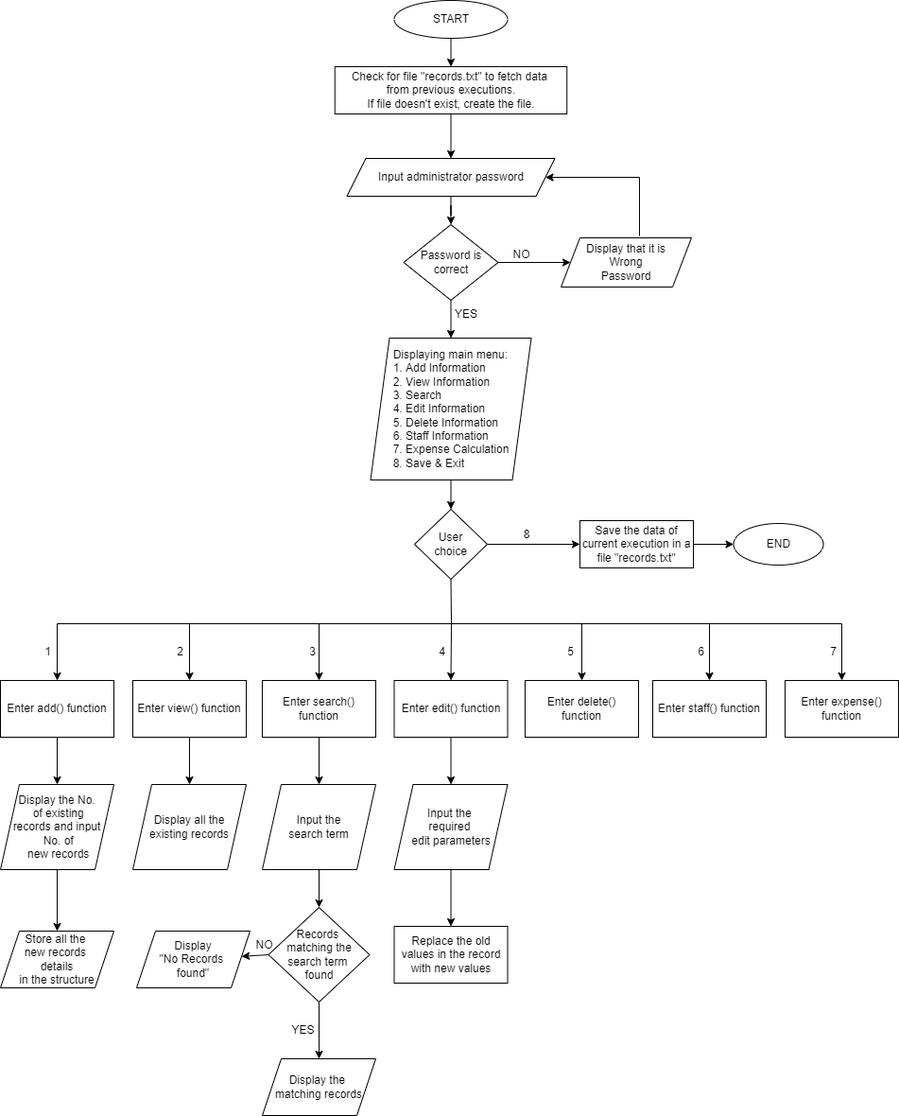
adivishnu-a/Hospital-Management-System keeps this draw.io diagram as Flowchart.png. Above is the earlier version. Source tidied: cells renumbered, new cells last; positions are measured from the earlier drawing's top-left corner, leaving out a move shared by most shapes.
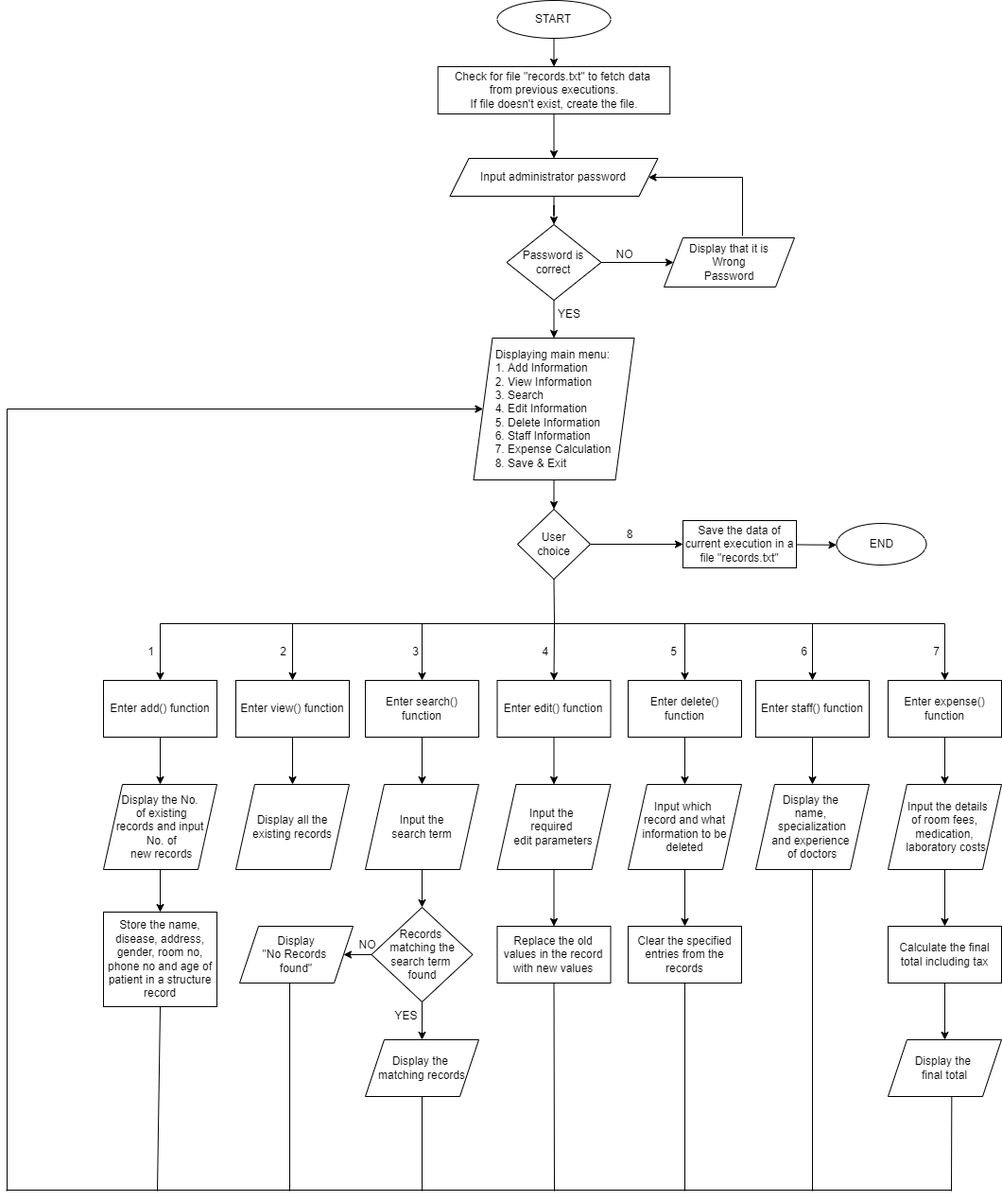
The same file after the commit.

Change to the diagram source:
```diff
@@ -130,9 +130,15 @@
         <mxPoint x="615" y="659" as="sourcePoint" />
       </mxGeometry>
     </mxCell>
+    <mxCell id="66" style="edgeStyle=none;rounded=0;jettySize=auto;html=1;fontColor=#000000;" parent="1" edge="1" source="38" target="71">
+      <mxGeometry relative="1" as="geometry" />
+    </mxCell>
     <mxCell id="38" value="Enter delete() function" style="rounded=0;whiteSpace=wrap;html=1;" parent="1" vertex="1">
       <mxGeometry x="555" y="719" width="120" height="60" as="geometry" />
     </mxCell>
+    <mxCell id="67" style="edgeStyle=none;rounded=0;jettySize=auto;html=1;fontColor=#000000;" parent="1" edge="1" source="39" target="73">
+      <mxGeometry relative="1" as="geometry" />
+    </mxCell>
     <mxCell id="39" value="Enter staff() function" style="rounded=0;whiteSpace=wrap;html=1;" parent="1" vertex="1">
       <mxGeometry x="690" y="719" width="120" height="60" as="geometry" />
     </mxCell>
@@ -141,6 +147,9 @@
         <mxPoint x="750" y="659" as="sourcePoint" />
       </mxGeometry>
     </mxCell>
+    <mxCell id="68" style="edgeStyle=none;rounded=0;jettySize=auto;html=1;fontColor=#000000;" parent="1" edge="1" source="41" target="76">
+      <mxGeometry relative="1" as="geometry" />
+    </mxCell>
     <mxCell id="41" value="Enter expense()&lt;br&gt;function" style="rounded=0;whiteSpace=wrap;html=1;" parent="1" vertex="1">
       <mxGeometry x="830" y="719" width="120" height="60" as="geometry" />
     </mxCell>
@@ -170,9 +179,9 @@
     <mxCell id="49" value="7" style="text;html=1;align=center;verticalAlign=middle;strokeColor=none;fillColor=none;" parent="1" vertex="1">
       <mxGeometry x="870.5" y="679" width="20" height="20" as="geometry" />
     </mxCell>
-    <mxCell id="50" style="edgeStyle=none;rounded=0;jettySize=auto;html=1;fontColor=#3399FF;entryX=0.5;entryY=0;entryDx=0;entryDy=0;" parent="1" edge="1" source="51" target="60">
-      <mxGeometry relative="1" as="geometry" />
-    </mxCell>
+    <mxCell id="69" style="edgeStyle=none;rounded=0;jettySize=auto;html=1;fontColor=#000000;" parent="1" edge="1" source="51" target="74">
+      <mxGeometry relative="1" as="geometry" />
+    </mxCell>
     <mxCell id="51" value="&lt;div&gt;&lt;span&gt;&amp;nbsp;Display the No. &lt;br&gt;&amp;nbsp; of existing &lt;br&gt;records and input&lt;br&gt;&amp;nbsp;No. of&lt;br&gt;&amp;nbsp;new records&lt;/span&gt;&lt;/div&gt;" style="shape=parallelogram;perimeter=parallelogramPerimeter;whiteSpace=wrap;html=1;fixedSize=1;rounded=0;align=center;" parent="1" vertex="1">
       <mxGeometry y="829" width="120" height="90" as="geometry" />
     </mxCell>
@@ -195,19 +204,16 @@
       <mxGeometry x="283.5" y="959" width="107" height="100" as="geometry" />
     </mxCell>
     <mxCell id="58" value="Display&lt;br&gt;&quot;No Records &lt;br&gt;found&quot;" style="shape=parallelogram;perimeter=parallelogramPerimeter;whiteSpace=wrap;html=1;fixedSize=1;rounded=0;" parent="1" vertex="1">
-      <mxGeometry x="144" y="984" width="120" height="60" as="geometry" />
+      <mxGeometry x="144" y="979" width="120" height="60" as="geometry" />
     </mxCell>
     <mxCell id="59" value="&lt;font color=&quot;#000000&quot;&gt;NO&lt;/font&gt;" style="text;html=1;align=center;verticalAlign=middle;strokeColor=none;fillColor=none;fontColor=#3399FF;" parent="1" vertex="1">
       <mxGeometry x="264" y="989" width="30" height="20" as="geometry" />
     </mxCell>
-    <mxCell id="60" value="&lt;div&gt;Store all the &lt;br&gt;new records &lt;br&gt;details&lt;/div&gt;&lt;div&gt;in&amp;nbsp;the structure&lt;/div&gt;" style="shape=parallelogram;perimeter=parallelogramPerimeter;whiteSpace=wrap;html=1;fixedSize=1;rounded=0;fontColor=#000000;" parent="1" vertex="1">
-      <mxGeometry y="984" width="120" height="60" as="geometry" />
-    </mxCell>
     <mxCell id="61" value="Display the &lt;br&gt;matching records" style="shape=parallelogram;perimeter=parallelogramPerimeter;whiteSpace=wrap;html=1;fixedSize=1;rounded=0;" parent="1" vertex="1">
-      <mxGeometry x="277" y="1119" width="120" height="60" as="geometry" />
+      <mxGeometry x="277" y="1099" width="120" height="60" as="geometry" />
     </mxCell>
     <mxCell id="62" value="YES" style="text;html=1;align=center;verticalAlign=middle;strokeColor=none;fillColor=none;fontColor=#000000;" parent="1" vertex="1">
-      <mxGeometry x="300" y="1079" width="40" height="20" as="geometry" />
+      <mxGeometry x="300" y="1064" width="40" height="20" as="geometry" />
     </mxCell>
     <mxCell id="63" style="edgeStyle=none;rounded=0;jettySize=auto;html=1;fontColor=#000000;" parent="1" edge="1" source="64" target="65">
       <mxGeometry relative="1" as="geometry" />
@@ -218,5 +224,88 @@
     <mxCell id="65" value="Replace the old values in the record with new values" style="whiteSpace=wrap;html=1;rounded=0;" parent="1" vertex="1">
       <mxGeometry x="416.5" y="979" width="120" height="60" as="geometry" />
     </mxCell>
+    <mxCell id="70" style="edgeStyle=none;rounded=0;jettySize=auto;html=1;fontColor=#000000;" parent="1" edge="1" source="71" target="72">
+      <mxGeometry relative="1" as="geometry" />
+    </mxCell>
+    <mxCell id="71" value="Input which &lt;br&gt;record and what information to be deleted" style="shape=parallelogram;perimeter=parallelogramPerimeter;whiteSpace=wrap;html=1;fixedSize=1;rounded=0;" parent="1" vertex="1">
+      <mxGeometry x="555" y="829" width="120" height="90" as="geometry" />
+    </mxCell>
+    <mxCell id="72" value="Clear the specified entries from the records" style="whiteSpace=wrap;html=1;rounded=0;" parent="1" vertex="1">
+      <mxGeometry x="555" y="979" width="120" height="60" as="geometry" />
+    </mxCell>
+    <mxCell id="73" value="Display the &lt;br&gt;name, &lt;br&gt;specialization&lt;br&gt;and experience &lt;br&gt;of doctors" style="shape=parallelogram;perimeter=parallelogramPerimeter;whiteSpace=wrap;html=1;fixedSize=1;rounded=0;" parent="1" vertex="1">
+      <mxGeometry x="690" y="829" width="120" height="90" as="geometry" />
+    </mxCell>
+    <mxCell id="74" value="Store the name, disease, address, gender, room no, phone no and age of patient in a structure record" style="whiteSpace=wrap;html=1;rounded=0;" parent="1" vertex="1">
+      <mxGeometry y="964" width="120" height="100" as="geometry" />
+    </mxCell>
+    <mxCell id="75" style="edgeStyle=none;rounded=0;jettySize=auto;html=1;fontColor=#000000;" parent="1" edge="1" source="76" target="78">
+      <mxGeometry relative="1" as="geometry" />
+    </mxCell>
+    <mxCell id="76" value="&amp;nbsp; &amp;nbsp;Input the details &lt;br&gt;of room fees, medication,&lt;br&gt;&amp;nbsp;laboratory costs" style="shape=parallelogram;perimeter=parallelogramPerimeter;whiteSpace=wrap;html=1;fixedSize=1;rounded=0;" parent="1" vertex="1">
+      <mxGeometry x="830" y="829" width="120" height="90" as="geometry" />
+    </mxCell>
+    <mxCell id="77" style="edgeStyle=none;rounded=0;jettySize=auto;html=1;fontColor=#000000;" parent="1" edge="1" source="78" target="79">
+      <mxGeometry relative="1" as="geometry" />
+    </mxCell>
+    <mxCell id="78" value="Calculate the final total including tax" style="whiteSpace=wrap;html=1;rounded=0;" parent="1" vertex="1">
+      <mxGeometry x="830" y="979" width="120" height="60" as="geometry" />
+    </mxCell>
+    <mxCell id="79" value="Display the &lt;br&gt;final total" style="shape=parallelogram;perimeter=parallelogramPerimeter;whiteSpace=wrap;html=1;fixedSize=1;rounded=0;" parent="1" vertex="1">
+      <mxGeometry x="830" y="1099" width="120" height="60" as="geometry" />
+    </mxCell>
+    <mxCell id="80" style="endArrow=none;html=1;rounded=0;fontColor=#000000;" parent="1" edge="1">
+      <mxGeometry relative="1" as="geometry">
+        <mxPoint x="-103" y="1258" as="sourcePoint" />
+        <mxPoint x="897" y="1258" as="targetPoint" />
+        <Array as="points">
+          <mxPoint x="477" y="1258" />
+        </Array>
+      </mxGeometry>
+    </mxCell>
+    <mxCell id="81" style="endArrow=none;html=1;rounded=0;fontColor=#000000;entryX=0.561;entryY=0.994;entryDx=0;entryDy=0;entryPerimeter=0;" parent="1" edge="1" target="79">
+      <mxGeometry relative="1" as="geometry">
+        <mxPoint x="897" y="1259" as="sourcePoint" />
+      </mxGeometry>
+    </mxCell>
+    <mxCell id="82" style="endArrow=none;html=1;rounded=0;fontColor=#000000;entryX=0.5;entryY=1;entryDx=0;entryDy=0;" parent="1" edge="1" target="73">
+      <mxGeometry relative="1" as="geometry">
+        <mxPoint x="750" y="1259" as="sourcePoint" />
+      </mxGeometry>
+    </mxCell>
+    <mxCell id="83" style="endArrow=none;html=1;rounded=0;fontColor=#000000;entryX=0.5;entryY=1;entryDx=0;entryDy=0;" parent="1" edge="1" target="72">
+      <mxGeometry relative="1" as="geometry">
+        <mxPoint x="615" y="1259" as="sourcePoint" />
+      </mxGeometry>
+    </mxCell>
+    <mxCell id="84" style="endArrow=none;html=1;rounded=0;fontColor=#000000;entryX=0.5;entryY=1;entryDx=0;entryDy=0;" parent="1" edge="1" target="65">
+      <mxGeometry relative="1" as="geometry">
+        <mxPoint x="477" y="1259" as="sourcePoint" />
+      </mxGeometry>
+    </mxCell>
+    <mxCell id="85" style="endArrow=none;html=1;rounded=0;fontColor=#000000;entryX=0.5;entryY=1;entryDx=0;entryDy=0;" parent="1" edge="1" target="61">
+      <mxGeometry relative="1" as="geometry">
+        <mxPoint x="337" y="1259" as="sourcePoint" />
+      </mxGeometry>
+    </mxCell>
+    <mxCell id="86" style="endArrow=none;html=1;rounded=0;fontColor=#000000;" parent="1" edge="1">
+      <mxGeometry relative="1" as="geometry">
+        <mxPoint x="197" y="1259" as="sourcePoint" />
+        <mxPoint x="197" y="1039" as="targetPoint" />
+      </mxGeometry>
+    </mxCell>
+    <mxCell id="87" style="endArrow=none;html=1;rounded=0;fontColor=#000000;entryX=0.5;entryY=1;entryDx=0;entryDy=0;" parent="1" edge="1" target="74">
+      <mxGeometry relative="1" as="geometry">
+        <mxPoint x="57" y="1259" as="sourcePoint" />
+      </mxGeometry>
+    </mxCell>
+    <mxCell id="88" style="endArrow=classic;html=1;rounded=0;fontColor=#000000;entryX=0;entryY=0.5;entryDx=0;entryDy=0;" parent="1" edge="1" target="10">
+      <mxGeometry relative="1" as="geometry">
+        <mxPoint x="-102" y="1259" as="sourcePoint" />
+        <Array as="points">
+          <mxPoint x="-102" y="432" />
+        </Array>
+      </mxGeometry>
+    </mxCell>
   </root>
 </mxGraphModel>
```
